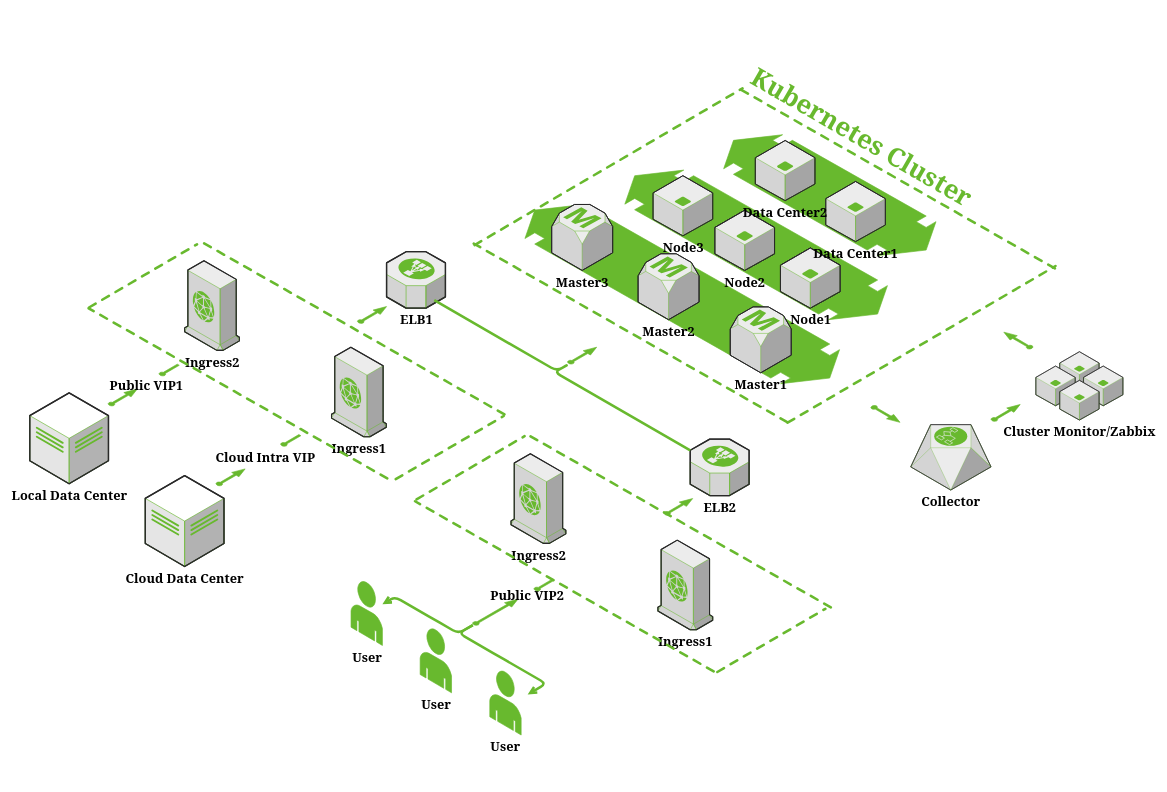
caihuayu0322/drawio-github keeps this draw.io diagram as adbos-new-arch.drawio. Above is the earlier version. Source tidied: cells renumbered, new cells numbered last; positions are measured from the earlier drawing's top-left corner, leaving out a move shared by most shapes. Both pictures are drawn from the tidied source at 64%, with x=0, y=0 at pixel (29, 89).
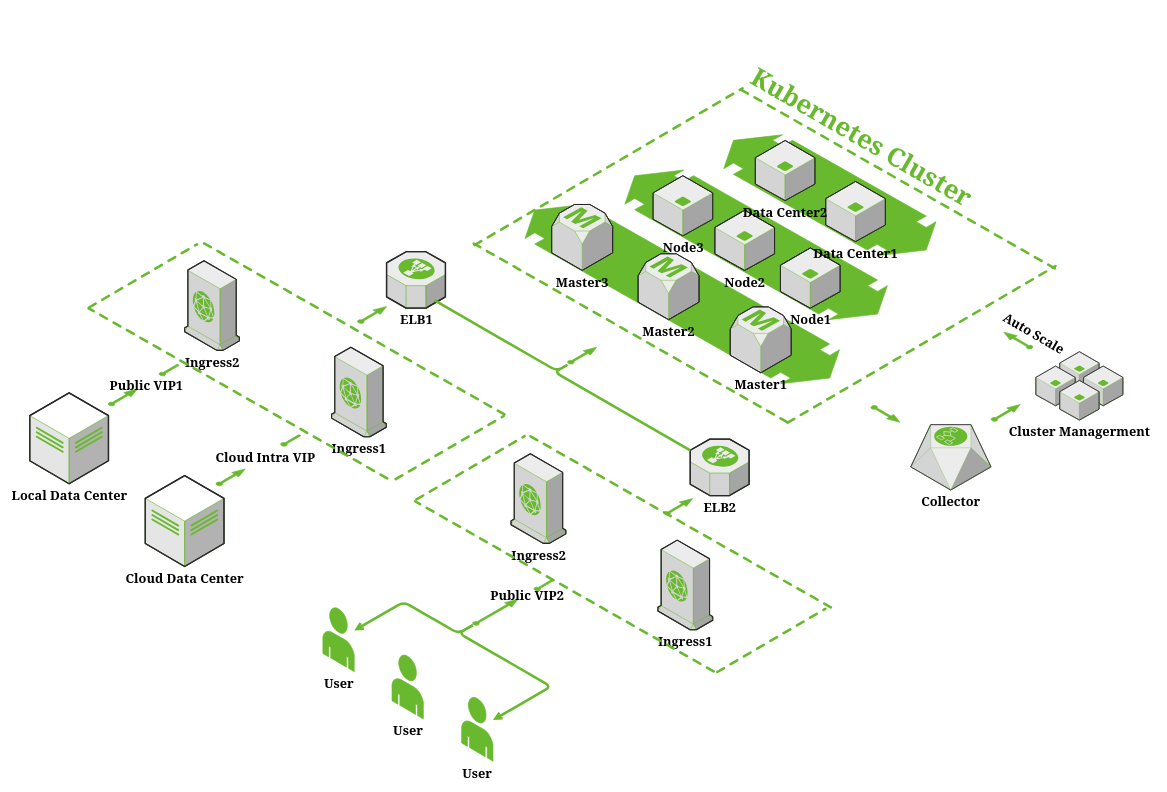
Above is the later version.

Unchanged cells that the change refers to:
```xml
<mxCell id="9" style="verticalLabelPosition=bottom;html=1;verticalAlign=top;strokeWidth=1;align=center;outlineConnect=0;dashed=0;outlineConnect=0;shape=mxgraph.aws3d.arrowNE;fillColor=#68B92E;strokeColor=#68B92E;fontSize=20;fontStyle=1;fontFamily=Georgia;" parent="1" vertex="1">
  <mxGeometry x="692" y="796.7" width="70.8" height="40.5" as="geometry" />
</mxCell>
<mxCell id="45" style="group;strokeColor=none;fontSize=20;fontStyle=1;fontFamily=Georgia;" parent="1" vertex="1">
  <mxGeometry x="1572" y="410" width="140" height="114" as="geometry" />
</mxCell>
```

Diff of the diagram source:
```diff
@@
     <mxCell id="5" value="User" style="verticalLabelPosition=bottom;html=1;verticalAlign=top;strokeWidth=1;align=center;outlineConnect=0;dashed=0;outlineConnect=0;shape=mxgraph.aws3d.end_user;strokeColor=#68B92E;fillColor=#68B92E;fontSize=20;fontStyle=1;fontFamily=Georgia;" parent="1" vertex="1">
-      <mxGeometry x="502" y="768.5" width="49" height="100.5" as="geometry" />
+      <mxGeometry x="458" y="809.5" width="49" height="100.5" as="geometry" />
     </mxCell>
     <mxCell id="6" value="User" style="verticalLabelPosition=bottom;html=1;verticalAlign=top;strokeWidth=1;align=center;dashed=0;shape=mxgraph.aws3d.end_user;strokeColor=#68B92E;fillColor=#68B92E;fontSize=20;fontStyle=1;fontFamily=Georgia;" parent="1" vertex="1">
-      <mxGeometry x="610" y="842.5" width="49" height="100.5" as="geometry" />
+      <mxGeometry x="566" y="883.5" width="49" height="100.5" as="geometry" />
     </mxCell>
     <mxCell id="7" value="User" style="verticalLabelPosition=bottom;html=1;verticalAlign=top;strokeWidth=1;align=center;outlineConnect=0;dashed=0;outlineConnect=0;shape=mxgraph.aws3d.end_user;strokeColor=#68B92E;fillColor=#68B92E;fontFamily=Georgia;fontSize=20;fontStyle=1;" parent="1" vertex="1">
-      <mxGeometry x="718.8" y="908.5" width="49" height="100.5" as="geometry" />
+      <mxGeometry x="674.8" y="949.5" width="49" height="100.5" as="geometry" />
     </mxCell>
@@
-    <mxCell id="10" style="endArrow=none;html=1;rounded=1;edgeStyle=isometricEdgeStyle;startArrow=open;startFill=0;endFill=0;jumpStyle=none;strokeWidth=4;strokeColor=#68B92E;fontSize=20;fontStyle=1;fontFamily=Georgia;" parent="1" edge="1" target="9">
+    <mxCell id="10" style="endArrow=none;html=1;rounded=1;edgeStyle=isometricEdgeStyle;startArrow=open;startFill=0;endFill=0;jumpStyle=none;strokeWidth=4;strokeColor=#68B92E;fontSize=20;fontStyle=1;fontFamily=Georgia;" parent="1" edge="1" source="7" target="9">
       <mxGeometry relative="1" as="geometry">
-        <mxPoint x="778" y="945.5" as="sourcePoint" />
         <Array as="points">
           <mxPoint x="732" y="885.5" />
         </Array>
       </mxGeometry>
     </mxCell>
@@
+    <mxCell id="63" style="group;" parent="45" vertex="1">
+      <mxGeometry y="22.4" width="136.1" height="84.4" as="geometry" />
+    </mxCell>
-    <mxCell id="47" style="verticalLabelPosition=bottom;html=1;verticalAlign=top;strokeWidth=1;align=center;dashed=0;shape=mxgraph.aws3d.application_server;fillColor=#ECECEC;strokeColor=#68B92E;shadow=0;sketch=0;fontSize=20;fontStyle=1;fontFamily=Georgia;" parent="45" vertex="1">
-      <mxGeometry y="22.4" width="61.6" height="62.1" as="geometry" />
+    <mxCell id="47" style="verticalLabelPosition=bottom;html=1;verticalAlign=top;strokeWidth=1;align=center;dashed=0;shape=mxgraph.aws3d.application_server;fillColor=#ECECEC;strokeColor=#68B92E;shadow=0;sketch=0;fontSize=20;fontStyle=1;fontFamily=Georgia;" parent="63" vertex="1">
+      <mxGeometry width="61.6" height="62.1" as="geometry" />
     </mxCell>
-    <mxCell id="48" style="verticalLabelPosition=bottom;html=1;verticalAlign=top;strokeWidth=1;align=center;dashed=0;shape=mxgraph.aws3d.application_server;fillColor=#ECECEC;strokeColor=#68B92E;shadow=0;sketch=0;fontSize=20;fontStyle=1;fontFamily=Georgia;" parent="45" vertex="1">
-      <mxGeometry x="74.5" y="22.4" width="61.6" height="62.1" as="geometry" />
+    <mxCell id="48" style="verticalLabelPosition=bottom;html=1;verticalAlign=top;strokeWidth=1;align=center;dashed=0;shape=mxgraph.aws3d.application_server;fillColor=#ECECEC;strokeColor=#68B92E;shadow=0;sketch=0;fontSize=20;fontStyle=1;fontFamily=Georgia;" parent="63" vertex="1">
+      <mxGeometry x="74.5" width="61.6" height="62.1" as="geometry" />
     </mxCell>
-    <mxCell id="49" value="&lt;span style=&quot;font-size: 20px;&quot;&gt;Cluster Monitor/Zabbix&lt;/span&gt;" style="verticalLabelPosition=bottom;html=1;verticalAlign=top;strokeWidth=1;align=center;dashed=0;shape=mxgraph.aws3d.application_server;fillColor=#ECECEC;strokeColor=#68B92E;shadow=0;sketch=0;fontSize=20;fontStyle=1;fontFamily=Georgia;" parent="45" vertex="1">
-      <mxGeometry x="37.3" y="44.7" width="61.6" height="62.1" as="geometry" />
+    <mxCell id="49" value="&lt;span style=&quot;font-size: 20px;&quot;&gt;Cluster Managerment&lt;br&gt;&lt;/span&gt;" style="verticalLabelPosition=bottom;html=1;verticalAlign=top;strokeWidth=1;align=center;dashed=0;shape=mxgraph.aws3d.application_server;fillColor=#ECECEC;strokeColor=#68B92E;shadow=0;sketch=0;fontSize=20;fontStyle=1;fontFamily=Georgia;" parent="63" vertex="1">
+      <mxGeometry x="37.3" y="22.4" width="61.6" height="62.1" as="geometry" />
     </mxCell>
@@
+    <mxCell id="64" value="&lt;b&gt;&lt;font style=&quot;font-size: 20px;&quot; color=&quot;#000000&quot;&gt;Auto Scale&lt;/font&gt;&lt;/b&gt;" style="text;html=1;align=center;verticalAlign=middle;strokeColor=none;fillColor=none;fontSize=40;fontFamily=Georgia;fontColor=#68B92E;rotation=30;" parent="1" vertex="1">
+      <mxGeometry x="1508" y="344.2" width="130" height="60" as="geometry" />
+    </mxCell>
```
